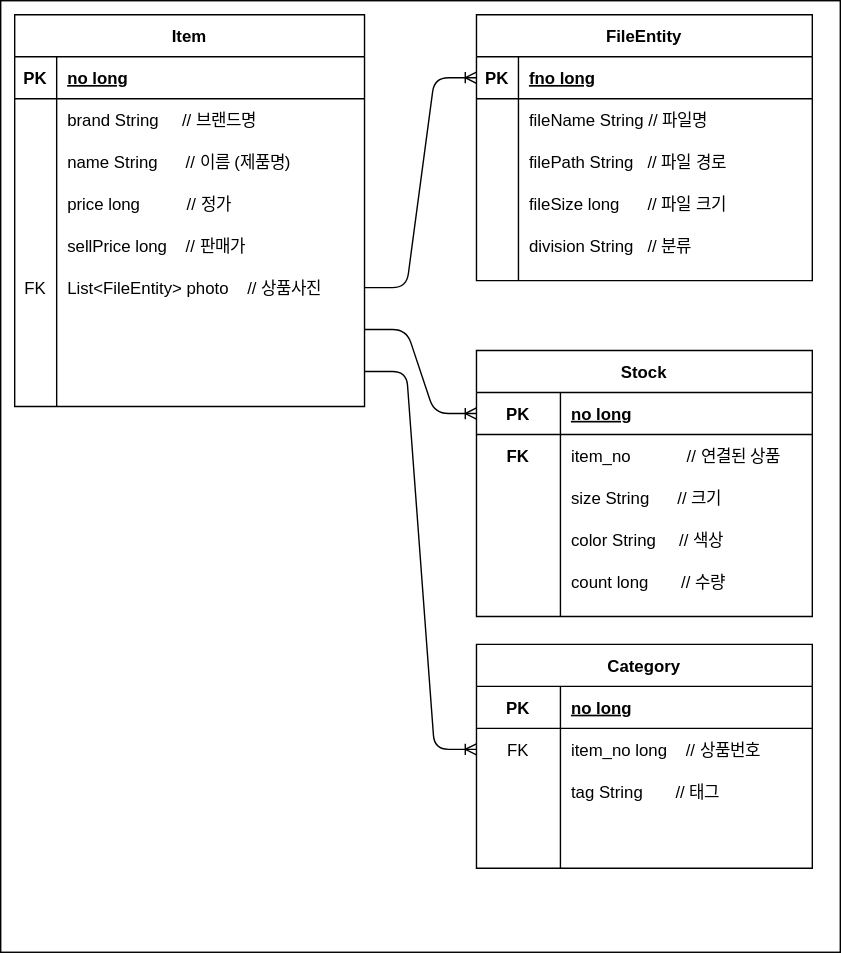
The draw.io diagram mydb.svg in leesj8115/CloneProject, before a commit. Source tidied: cells renumbered, new cells last; positions are measured from the earlier drawing's top-left corner, leaving out a move shared by most shapes.
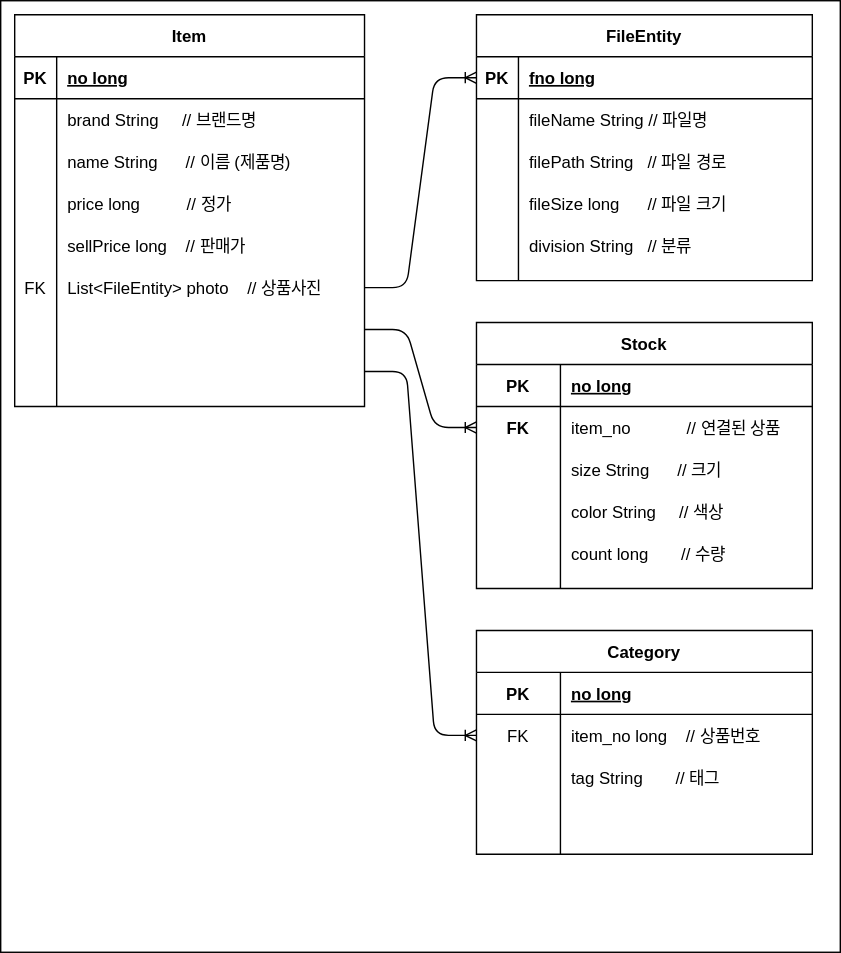
After the change.

Diff of the diagram source:
```diff
@@ -132,7 +132,7 @@
       <mxGeometry relative="1" as="geometry" />
     </mxCell>
     <mxCell id="45" value="Stock" style="shape=table;startSize=30;rowLines=0;fontStyle=1;align=center;" parent="1" vertex="1">
-      <mxGeometry x="340" y="250" width="240" height="190" as="geometry" />
+      <mxGeometry x="340" y="230" width="240" height="190" as="geometry" />
     </mxCell>
     <mxCell id="46" style="shape=partialRectangle;fillColor=none;top=0;left=0;bottom=1;right=0;points=[[0,0.5],[1,0.5]];portConstraint=eastwest;" parent="45" vertex="1">
       <mxGeometry y="30" width="240" height="30" as="geometry" />
@@ -180,7 +180,7 @@
       <mxGeometry x="60" width="180" height="30" as="geometry" />
     </mxCell>
     <mxCell id="61" value="Category" style="shape=table;startSize=30;rowLines=0;fontStyle=1;align=center;" parent="1" vertex="1">
-      <mxGeometry x="340" y="460" width="240" height="160" as="geometry" />
+      <mxGeometry x="340" y="450" width="240" height="160" as="geometry" />
     </mxCell>
     <mxCell id="62" style="shape=partialRectangle;fillColor=none;top=0;left=0;bottom=1;right=0;" parent="61" vertex="1">
       <mxGeometry y="30" width="240" height="30" as="geometry" />
@@ -218,7 +218,7 @@
     <mxCell id="73" style="shape=partialRectangle;fillColor=none;top=0;left=0;bottom=0;right=0;align=left;spacingLeft=6;overflow=hidden;" parent="71" vertex="1">
       <mxGeometry x="60" width="180" height="30" as="geometry" />
     </mxCell>
-    <mxCell id="74" style="edgeStyle=entityRelationEdgeStyle;fontSize=12;html=1;endArrow=ERoneToMany;exitX=1;exitY=0.5;exitDx=0;exitDy=0;entryX=0;entryY=0.5;entryDx=0;entryDy=0;" parent="1" edge="1" source="22" target="46">
+    <mxCell id="74" style="edgeStyle=entityRelationEdgeStyle;fontSize=12;html=1;endArrow=ERoneToMany;exitX=1;exitY=0.5;exitDx=0;exitDy=0;entryX=0;entryY=0.5;entryDx=0;entryDy=0;" parent="1" edge="1" source="22" target="49">
       <mxGeometry relative="1" as="geometry" />
     </mxCell>
     <mxCell id="75" style="edgeStyle=entityRelationEdgeStyle;fontSize=12;html=1;endArrow=ERoneToMany;exitX=1;exitY=0.5;exitDx=0;exitDy=0;entryX=0;entryY=0.5;entryDx=0;entryDy=0;" parent="1" edge="1" source="25" target="65">
```
